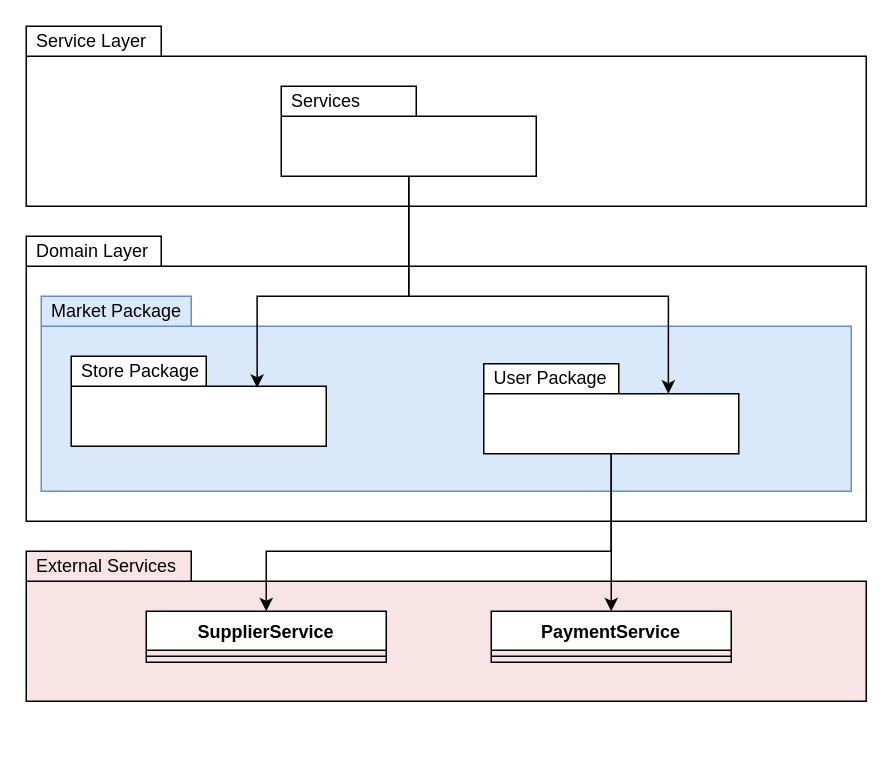
Earlier version of the draw.io diagram page "System Architecture Diagram" (2 of 3) of documents/Version0.drawio (SE-Project-Workshop-Group-17-B/SE-Project-Workshop-Group-17-B). Source tidied: cells renumbered, new cells numbered last; positions are measured from the earlier drawing's top-left corner, leaving out a move shared by most shapes. Both pictures are drawn from the tidied source at 150%, with x=0, y=0 at pixel (26, 26).
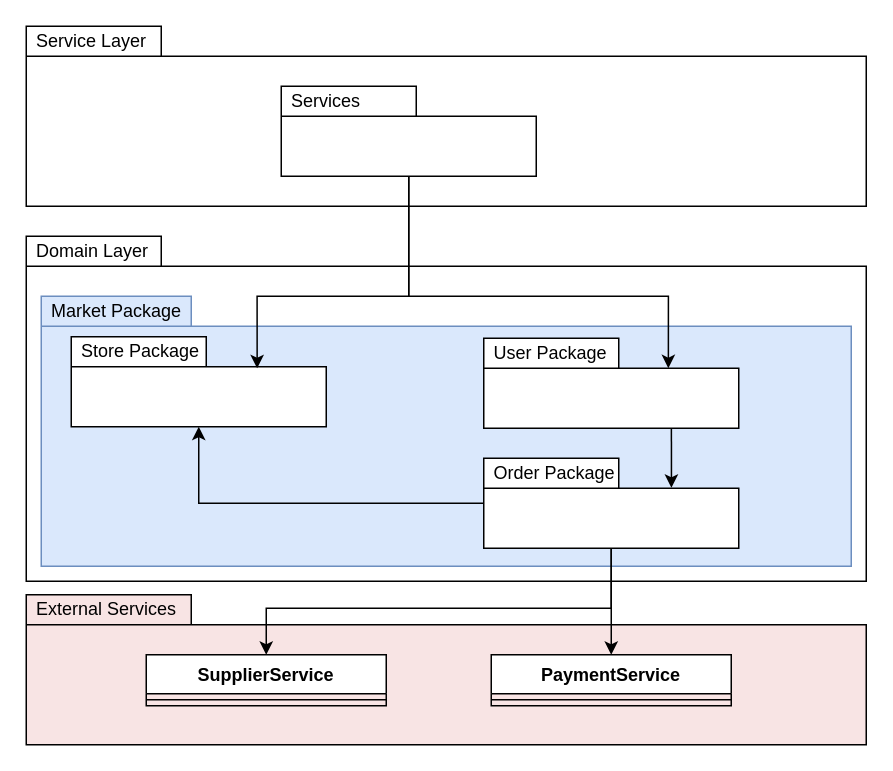
After the change.

Commit message (it also covers changes not shown here):
Updated the system architechtue diagram accordingly

Diff of the diagram source:
```diff
@@
     <mxCell id="3" value="Domain Layer" style="shape=folder;xSize=90;align=left;spacingLeft=10;align=left;verticalAlign=top;spacingLeft=5;spacingTop=-4;tabWidth=90;tabHeight=20;tabPosition=left;html=1;" parent="1" vertex="1">
-      <mxGeometry y="140" width="560" height="190" as="geometry" />
+      <mxGeometry y="140" width="560" height="230" as="geometry" />
     </mxCell>
     <mxCell id="4" value="Market Package" style="shape=folder;xSize=90;align=left;spacingLeft=10;align=left;verticalAlign=top;spacingLeft=5;spacingTop=-4;tabWidth=100;tabHeight=20;tabPosition=left;html=1;fontStyle=0;fillColor=#dae8fc;strokeColor=#6c8ebf;" parent="1" vertex="1">
-      <mxGeometry x="10" y="180" width="540" height="130" as="geometry" />
+      <mxGeometry x="10" y="180" width="540" height="180" as="geometry" />
     </mxCell>
     <mxCell id="5" value="External Services" style="shape=folder;xSize=90;align=left;spacingLeft=10;align=left;verticalAlign=top;spacingLeft=5;spacingTop=-4;tabWidth=110;tabHeight=20;tabPosition=left;html=1;fillColor=#F8E4E4;" parent="1" vertex="1">
-      <mxGeometry y="350" width="560" height="100" as="geometry" />
+      <mxGeometry y="379" width="560" height="100" as="geometry" />
     </mxCell>
     <mxCell id="6" value="SupplierService" style="swimlane;fontStyle=1;align=center;verticalAlign=top;horizontal=1;startSize=26;whiteSpace=wrap;html=1;" parent="1" vertex="1">
-      <mxGeometry x="80" y="390" width="160" height="34" as="geometry" />
+      <mxGeometry x="80" y="419" width="160" height="34" as="geometry" />
     </mxCell>
@@
     <mxCell id="8" value="PaymentService" style="swimlane;fontStyle=1;align=center;verticalAlign=top;horizontal=1;startSize=26;whiteSpace=wrap;html=1;" parent="1" vertex="1">
-      <mxGeometry x="310" y="390" width="160" height="34" as="geometry" />
+      <mxGeometry x="310" y="419" width="160" height="34" as="geometry" />
     </mxCell>
@@
     <mxCell id="10" value="Store Package" style="shape=folder;xSize=90;align=left;spacingLeft=10;align=left;verticalAlign=top;spacingLeft=5;spacingTop=-4;tabWidth=90;tabHeight=20;tabPosition=left;html=1;" parent="1" vertex="1">
-      <mxGeometry x="30" y="220" width="170" height="60" as="geometry" />
+      <mxGeometry x="30" y="207" width="170" height="60" as="geometry" />
     </mxCell>
-    <mxCell id="11" style="edgeStyle=orthogonalEdgeStyle;rounded=0;jettySize=auto;html=1;entryX=0.5;entryY=0;entryDx=0;entryDy=0;" parent="1" edge="1" source="13" target="8">
+    <mxCell id="11" style="edgeStyle=orthogonalEdgeStyle;rounded=0;jettySize=auto;html=1;entryX=0.5;entryY=0;entryDx=0;entryDy=0;exitX=0.5;exitY=1;exitDx=0;exitDy=0;exitPerimeter=0;" parent="1" edge="1" source="17" target="8">
       <mxGeometry relative="1" as="geometry" />
     </mxCell>
-    <mxCell id="12" style="edgeStyle=orthogonalEdgeStyle;rounded=0;jettySize=auto;html=1;entryX=0.5;entryY=0;entryDx=0;entryDy=0;" parent="1" edge="1" source="13" target="6">
+    <mxCell id="12" style="edgeStyle=orthogonalEdgeStyle;rounded=0;jettySize=auto;html=1;entryX=0.5;entryY=0;entryDx=0;entryDy=0;exitX=0.5;exitY=1;exitDx=0;exitDy=0;exitPerimeter=0;" parent="1" edge="1" source="17" target="6">
       <mxGeometry relative="1" as="geometry">
         <Array as="points">
-          <mxPoint x="390" y="350" />
-          <mxPoint x="160" y="350" />
+          <mxPoint x="390" y="388" />
+          <mxPoint x="160" y="388" />
         </Array>
       </mxGeometry>
     </mxCell>
     <mxCell id="13" value="User Package" style="shape=folder;xSize=90;align=left;spacingLeft=10;align=left;verticalAlign=top;spacingLeft=5;spacingTop=-4;tabWidth=90;tabHeight=20;tabPosition=left;html=1;" parent="1" vertex="1">
-      <mxGeometry x="305" y="225" width="170" height="60" as="geometry" />
+      <mxGeometry x="305" y="208" width="170" height="60" as="geometry" />
     </mxCell>
@@
+    <mxCell id="17" value="Order Package" style="shape=folder;xSize=90;align=left;spacingLeft=10;align=left;verticalAlign=top;spacingLeft=5;spacingTop=-4;tabWidth=90;tabHeight=20;tabPosition=left;html=1;" parent="1" vertex="1">
+      <mxGeometry x="305" y="288" width="170" height="60" as="geometry" />
+    </mxCell>
+    <mxCell id="18" style="edgeStyle=orthogonalEdgeStyle;rounded=0;jettySize=auto;html=1;entryX=0.736;entryY=0.328;entryDx=0;entryDy=0;entryPerimeter=0;exitX=0.735;exitY=1.001;exitDx=0;exitDy=0;exitPerimeter=0;" parent="1" edge="1" source="13" target="17">
+      <mxGeometry relative="1" as="geometry">
+        <Array as="points">
+          <mxPoint x="430" y="308" />
+          <mxPoint x="430" y="308" />
+        </Array>
+      </mxGeometry>
+    </mxCell>
+    <mxCell id="19" style="edgeStyle=orthogonalEdgeStyle;rounded=0;jettySize=auto;html=1;entryX=0.5;entryY=1;entryDx=0;entryDy=0;entryPerimeter=0;" parent="1" edge="1" source="17" target="10">
+      <mxGeometry relative="1" as="geometry" />
+    </mxCell>
```
